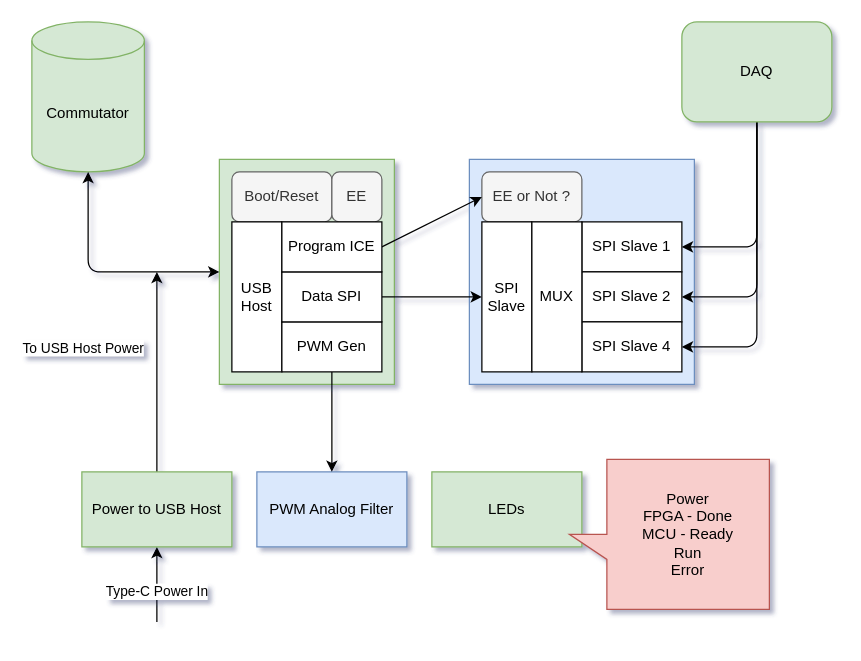
Earlier version of the draw.io diagram docs/diagrams/2026/IMULink02.dio (tzechienchu/mynotes). Source tidied: cells renumbered, new cells numbered last; positions are measured from the earlier drawing's top-left corner, leaving out a move shared by most shapes. Both pictures are drawn from the tidied source at 125%, with x=0, y=0 at pixel (31, 21).
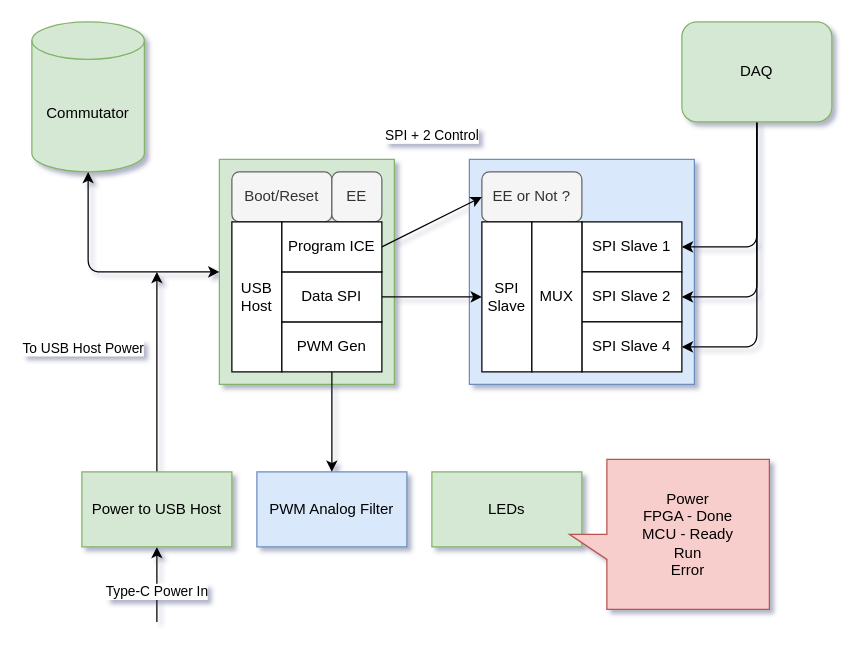
The same page after the edit.

The change refers to these unchanged cells:
```xml
<mxCell id="25" style="edgeStyle=none;html=1;exitX=1;exitY=0.5;exitDx=0;exitDy=0;entryX=0;entryY=0.5;entryDx=0;entryDy=0;" parent="1" edge="1" source="26" target="17">
  <mxGeometry relative="1" as="geometry" />
</mxCell>
```

Change to the diagram source:
```diff
@@
+    <mxCell id="33" value="SPI + 2 Control" style="edgeLabel;html=1;align=center;verticalAlign=middle;" parent="25" vertex="1">
+      <mxGeometry x="-0.15" relative="1" as="geometry">
+        <mxPoint x="6" y="-73" as="offset" />
+      </mxGeometry>
+    </mxCell>
```
